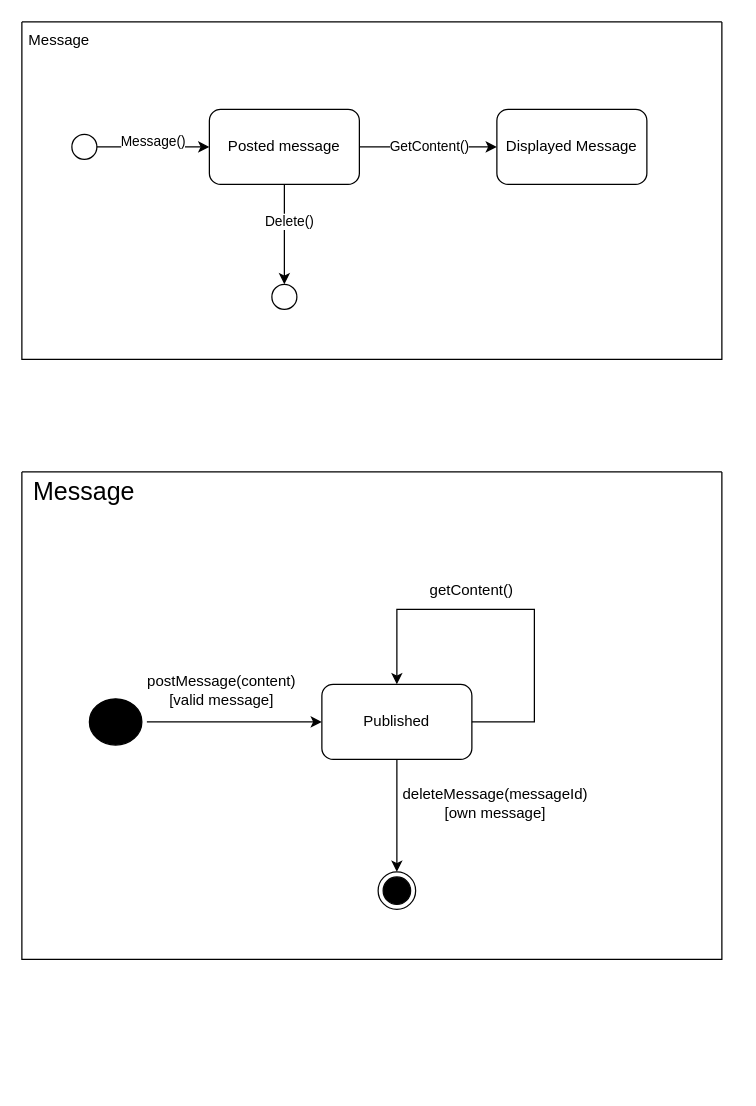
Earlier version of the draw.io diagram diagrams/state_diagram.drawio (SaraMalmstedt/Chatterbox_Group3). Source tidied: cells renumbered, new cells numbered last; positions are measured from the earlier drawing's top-left corner, leaving out a move shared by most shapes. Both pictures are drawn from the tidied source at 125%, with x=0, y=0 at pixel (21, 21).
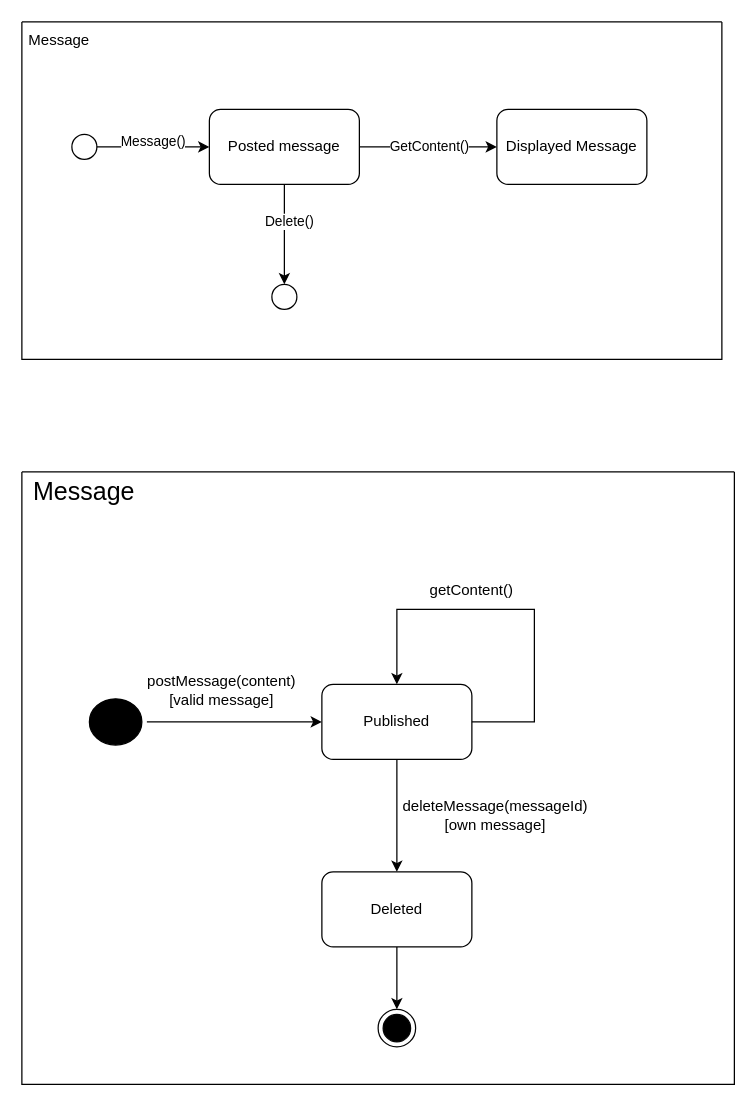
The same diagram, later.

The change refers to these unchanged cells:
```xml
<mxCell id="14" value="Published" style="rounded=1;whiteSpace=wrap;html=1;roundedPerimeter=1;" parent="1" vertex="1">
  <mxGeometry x="240" y="530" width="120" height="60" as="geometry" />
</mxCell>
```

Change to the diagram source:
```diff
@@
-    <mxCell id="17" style="endArrow=classic;html=1;rounded=0;defaultLabelBackgroundColor=gap;exitX=0.5;exitY=1;exitDx=0;exitDy=0;entryX=0.5;entryY=0;entryDx=0;entryDy=0;" parent="1" edge="1" source="14" target="18">
-      <mxGeometry relative="1" as="geometry" />
-    </mxCell>
-    <mxCell id="18" style="ellipse;html=1;shape=endState;fillColor=#000000;strokeColor=light-dark(#050505, #ff9090);" parent="1" vertex="1">
-      <mxGeometry x="285" y="680" width="30" height="30" as="geometry" />
-    </mxCell>
@@
     <mxCell id="22" style="swimlane;startSize=0;" parent="1" vertex="1">
-      <mxGeometry y="360" width="560" height="390" as="geometry" />
+      <mxGeometry y="360" width="570" height="490" as="geometry" />
     </mxCell>
@@
     <mxCell id="24" value="deleteMessage(messageId)[own message]" style="text;html=1;whiteSpace=wrap;strokeColor=none;fillColor=none;align=center;verticalAlign=middle;rounded=0;" parent="22" vertex="1">
-      <mxGeometry x="334" y="250" width="90" height="30" as="geometry" />
+      <mxGeometry x="334" y="260" width="90" height="30" as="geometry" />
     </mxCell>
@@
+    <mxCell id="18" style="ellipse;html=1;shape=endState;fillColor=#000000;strokeColor=light-dark(#050505, #ff9090);" parent="22" vertex="1">
+      <mxGeometry x="285" y="430" width="30" height="30" as="geometry" />
+    </mxCell>
+    <mxCell id="26" value="Deleted" style="rounded=1;whiteSpace=wrap;html=1;roundedPerimeter=1;" parent="22" vertex="1">
+      <mxGeometry x="240" y="320" width="120" height="60" as="geometry" />
+    </mxCell>
+    <mxCell id="27" style="endArrow=classic;html=1;rounded=0;defaultLabelBackgroundColor=gap;exitX=0.5;exitY=1;exitDx=0;exitDy=0;entryX=0.5;entryY=0;entryDx=0;entryDy=0;" parent="22" edge="1" source="26" target="18">
+      <mxGeometry relative="1" as="geometry" />
+    </mxCell>
+    <mxCell id="28" style="endArrow=classic;html=1;rounded=0;defaultLabelBackgroundColor=gap;exitX=0.5;exitY=1;exitDx=0;exitDy=0;entryX=0.5;entryY=0;entryDx=0;entryDy=0;" parent="1" edge="1" source="14" target="26">
+      <mxGeometry relative="1" as="geometry" />
+    </mxCell>
```
